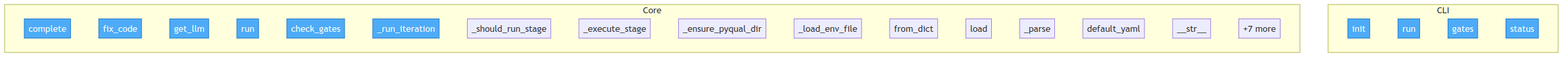
Above: project/flow.png in semcod/pyqual (Mermaid), before the change. Its source is kept beside it as project/flow.mmd. The source it was exported from:
```mermaid
flowchart TD

    classDef entry fill:#4dabf7,stroke:#1971c2,color:#fff

    subgraph CLI
        pyqual__cli__init["init"]
        pyqual__cli__run["run"]
        pyqual__cli__gates["gates"]
        pyqual__cli__status["status"]
    end

    subgraph Core
        pyqual__llm__LLM__complete["complete"]
        pyqual__llm__LLM__fix_code["fix_code"]
        pyqual__llm__get_llm["get_llm"]
        pyqual__pipeline__Pipeline__run["run"]
        pyqual__pipeline__Pipeline__check_gates["check_gates"]
        pyqual__pipeline__Pipeline___run_iteration["_run_iteration"]
        pyqual__pipeline__Pipeline___should_run_stage["_should_run_stage"]
        pyqual__pipeline__Pipeline___execute_stage["_execute_stage"]
        pyqual__pipeline__Pipeline___ensure_pyqual_dir["_ensure_pyqual_dir"]
        pyqual__config___load_env_file["_load_env_file"]
        pyqual__config__GateConfig__from_dict["from_dict"]
        pyqual__config__PyqualConfig__load["load"]
        pyqual__config__PyqualConfig___parse["_parse"]
        pyqual__config__PyqualConfig__default_yaml["default_yaml"]
        pyqual__gates__GateResult____str__["__str__"]
        ...["+7 more"]
    end

    class pyqual__cli__init,pyqual__cli__run,pyqual__cli__gates,pyqual__cli__status,pyqual__llm__LLM__complete,pyqual__llm__LLM__fix_code,pyqual__llm__get_llm,pyqual__pipeline__Pipeline__run,pyqual__pipeline__Pipeline__check_gates,pyqual__pipeline__Pipeline___run_iteration entry
```
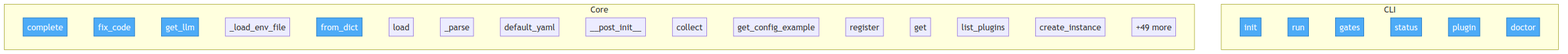
After the change.

What changed in the source:
```diff
@@ -7,25 +7,27 @@
         pyqual__cli__run["run"]
         pyqual__cli__gates["gates"]
         pyqual__cli__status["status"]
+        pyqual__cli__plugin["plugin"]
+        pyqual__cli__doctor["doctor"]
     end
 
     subgraph Core
         pyqual__llm__LLM__complete["complete"]
         pyqual__llm__LLM__fix_code["fix_code"]
         pyqual__llm__get_llm["get_llm"]
-        pyqual__pipeline__Pipeline__run["run"]
-        pyqual__pipeline__Pipeline__check_gates["check_gates"]
-        pyqual__pipeline__Pipeline___run_iteration["_run_iteration"]
-        pyqual__pipeline__Pipeline___should_run_stage["_should_run_stage"]
-        pyqual__pipeline__Pipeline___execute_stage["_execute_stage"]
-        pyqual__pipeline__Pipeline___ensure_pyqual_dir["_ensure_pyqual_dir"]
         pyqual__config___load_env_file["_load_env_file"]
         pyqual__config__GateConfig__from_dict["from_dict"]
         pyqual__config__PyqualConfig__load["load"]
         pyqual__config__PyqualConfig___parse["_parse"]
         pyqual__config__PyqualConfig__default_yaml["default_yaml"]
-        pyqual__gates__GateResult____str__["__str__"]
-        ...["+7 more"]
+        pyqual__plugins__PluginMetadata____post_init__["__post_init__"]
+        pyqual__plugins__MetricCollector__collect["collect"]
+        pyqual__plugins__MetricCollector__get_config_example["get_config_example"]
+        pyqual__plugins__PluginRegistry__register["register"]
+        pyqual__plugins__PluginRegistry__get["get"]
+        pyqual__plugins__PluginRegistry__list_plugins["list_plugins"]
+        pyqual__plugins__PluginRegistry__create_instance["create_instance"]
+        ...["+49 more"]
     end
 
-    class pyqual__cli__init,pyqual__cli__run,pyqual__cli__gates,pyqual__cli__status,pyqual__llm__LLM__complete,pyqual__llm__LLM__fix_code,pyqual__llm__get_llm,pyqual__pipeline__Pipeline__run,pyqual__pipeline__Pipeline__check_gates,pyqual__pipeline__Pipeline___run_iteration entry
+    class pyqual__cli__init,pyqual__cli__run,pyqual__cli__gates,pyqual__cli__status,pyqual__cli__plugin,pyqual__cli__doctor,pyqual__llm__LLM__complete,pyqual__llm__LLM__fix_code,pyqual__llm__get_llm,pyqual__config__GateConfig__from_dict entry
```
